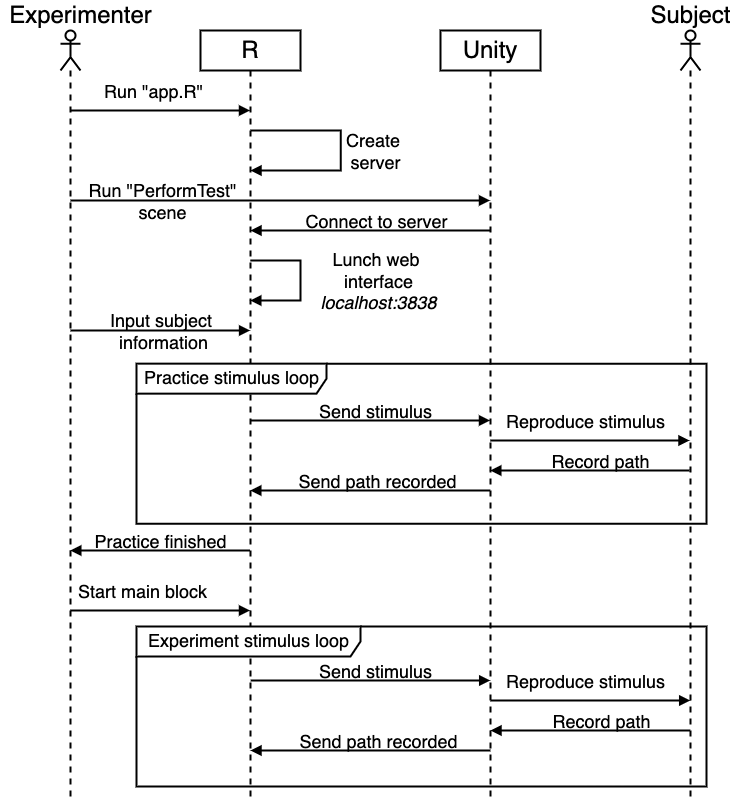
Before: sequence.png, a diagram exported from draw.io (arevaloarboled/VR-experiments). Source tidied: cells renumbered, new cells last; positions are measured from the earlier drawing's top-left corner, leaving out a move shared by most shapes.
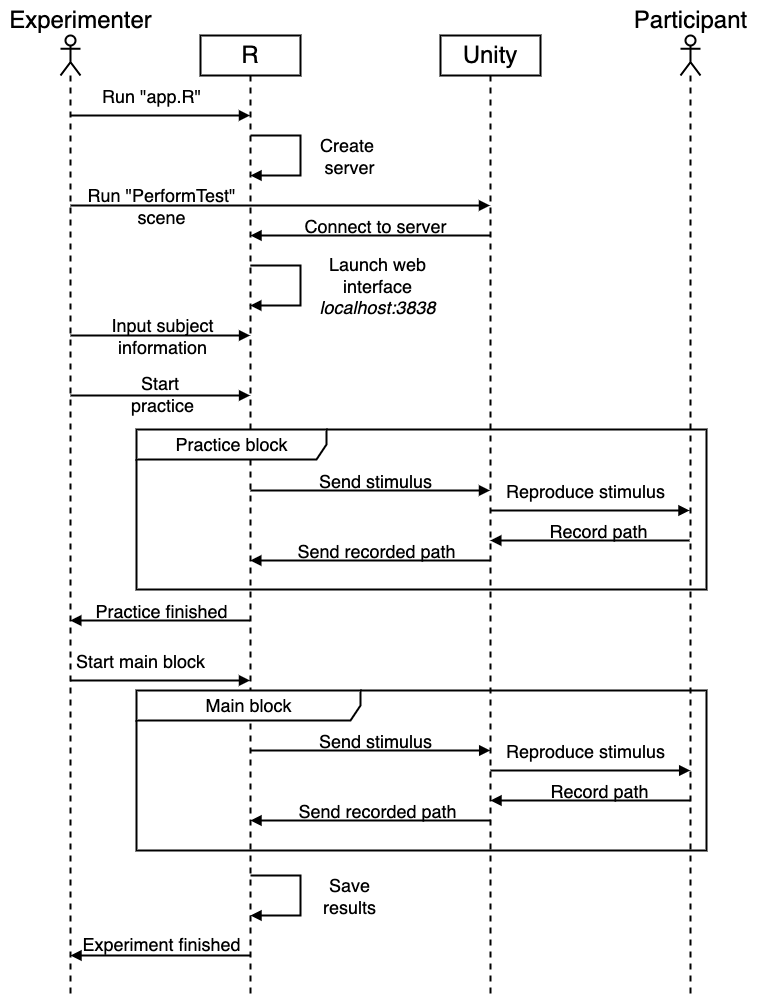
After the change.

The edit, as a diff of the source:
```diff
@@ -3,11 +3,12 @@
     <mxCell id="0" />
     <mxCell id="1" parent="0" />
     <mxCell id="2" value="Unity" style="shape=umlLifeline;perimeter=lifelinePerimeter;whiteSpace=wrap;html=1;fontSize=24;strokeWidth=2;" parent="1" vertex="1">
-      <mxGeometry x="440" y="30" width="100" height="770" as="geometry" />
+      <mxGeometry x="440" y="30" width="100" height="960" as="geometry" />
     </mxCell>
-    <mxCell id="3" style="html=1;verticalAlign=bottom;labelBackgroundColor=none;endArrow=block;endFill=1;rounded=0;fontSize=24;strokeWidth=2;" parent="2" edge="1" source="38">
+    <mxCell id="3" style="html=1;verticalAlign=bottom;labelBackgroundColor=none;endArrow=block;endFill=1;rounded=0;fontSize=24;strokeWidth=2;" parent="2" edge="1">
       <mxGeometry relative="1" as="geometry">
-        <mxPoint x="49.8" y="440" as="targetPoint" />
+        <mxPoint x="249" y="505" as="sourcePoint" />
+        <mxPoint x="49.8" y="505" as="targetPoint" />
       </mxGeometry>
     </mxCell>
     <mxCell id="4" value="Record path" style="edgeLabel;html=1;align=center;verticalAlign=middle;fontSize=18;fontColor=default;labelBackgroundColor=none;" parent="3" vertex="1">
@@ -17,19 +18,19 @@
     </mxCell>
     <mxCell id="5" style="html=1;verticalAlign=bottom;labelBackgroundColor=none;endArrow=block;endFill=1;rounded=0;fontSize=24;strokeWidth=2;" parent="2" edge="1">
       <mxGeometry relative="1" as="geometry">
-        <mxPoint x="49.7" y="460" as="sourcePoint" />
-        <mxPoint x="-190.2" y="460" as="targetPoint" />
+        <mxPoint x="49.7" y="525" as="sourcePoint" />
+        <mxPoint x="-190.2" y="525" as="targetPoint" />
       </mxGeometry>
     </mxCell>
-    <mxCell id="6" value="Send path recorded" style="edgeLabel;html=1;align=center;verticalAlign=middle;fontSize=18;fontColor=default;labelBackgroundColor=none;" parent="5" vertex="1">
+    <mxCell id="6" value="Send recorded path" style="edgeLabel;html=1;align=center;verticalAlign=middle;fontSize=18;fontColor=default;labelBackgroundColor=none;" parent="5" vertex="1">
       <mxGeometry x="-0.44" y="3" relative="1" as="geometry">
         <mxPoint x="-48" y="-13" as="offset" />
       </mxGeometry>
     </mxCell>
     <mxCell id="7" style="html=1;verticalAlign=bottom;labelBackgroundColor=none;endArrow=block;endFill=1;rounded=0;fontSize=24;strokeWidth=2;" parent="2" edge="1">
       <mxGeometry relative="1" as="geometry">
-        <mxPoint x="-190" y="390" as="sourcePoint" />
-        <mxPoint x="49.5" y="390" as="targetPoint" />
+        <mxPoint x="-190" y="455" as="sourcePoint" />
+        <mxPoint x="49.5" y="455" as="targetPoint" />
       </mxGeometry>
     </mxCell>
     <mxCell id="8" value="Send stimulus" style="edgeLabel;html=1;align=center;verticalAlign=middle;fontSize=18;fontColor=default;labelBackgroundColor=none;" parent="7" vertex="1">
@@ -37,9 +38,10 @@
         <mxPoint x="58" y="-7" as="offset" />
       </mxGeometry>
     </mxCell>
-    <mxCell id="9" style="html=1;verticalAlign=bottom;labelBackgroundColor=none;endArrow=block;endFill=1;rounded=0;fontSize=24;strokeWidth=2;" parent="2" edge="1" target="38">
+    <mxCell id="9" style="html=1;verticalAlign=bottom;labelBackgroundColor=none;endArrow=block;endFill=1;rounded=0;fontSize=24;strokeWidth=2;" parent="2" edge="1">
       <mxGeometry relative="1" as="geometry">
-        <mxPoint x="49.8" y="410" as="sourcePoint" />
+        <mxPoint x="49.8" y="475" as="sourcePoint" />
+        <mxPoint x="249" y="475" as="targetPoint" />
       </mxGeometry>
     </mxCell>
     <mxCell id="10" value="Reproduce stimulus" style="edgeLabel;html=1;align=center;verticalAlign=middle;fontSize=18;fontColor=default;labelBackgroundColor=none;" parent="9" vertex="1">
@@ -48,7 +50,7 @@
       </mxGeometry>
     </mxCell>
     <mxCell id="11" value="R" style="shape=umlLifeline;perimeter=lifelinePerimeter;whiteSpace=wrap;html=1;fontSize=24;strokeWidth=2;" parent="1" vertex="1">
-      <mxGeometry x="200" y="30" width="100" height="770" as="geometry" />
+      <mxGeometry x="200" y="30" width="100" height="960" as="geometry" />
     </mxCell>
     <mxCell id="12" style="html=1;verticalAlign=bottom;labelBackgroundColor=none;endArrow=block;endFill=1;rounded=0;fontSize=18;fontColor=default;strokeWidth=2;" parent="11" edge="1">
       <mxGeometry relative="1" as="geometry">
@@ -74,7 +76,7 @@
         </Array>
       </mxGeometry>
     </mxCell>
-    <mxCell id="15" value="Lunch web &lt;br&gt;interface&lt;br&gt;&lt;i&gt;localhost:3838&lt;/i&gt;" style="edgeLabel;html=1;align=center;verticalAlign=middle;fontSize=18;fontColor=default;labelBackgroundColor=none;" parent="14" vertex="1">
+    <mxCell id="15" value="Launch web &lt;br&gt;interface&lt;br&gt;&lt;i&gt;localhost:3838&lt;/i&gt;" style="edgeLabel;html=1;align=center;verticalAlign=middle;fontSize=18;fontColor=default;labelBackgroundColor=none;" parent="14" vertex="1">
       <mxGeometry x="0.36" y="-2" relative="1" as="geometry">
         <mxPoint x="81" y="-18" as="offset" />
       </mxGeometry>
@@ -92,8 +94,8 @@
     </mxCell>
     <mxCell id="18" style="html=1;verticalAlign=bottom;labelBackgroundColor=none;endArrow=block;endFill=1;rounded=0;fontSize=24;strokeWidth=2;" parent="11" edge="1">
       <mxGeometry relative="1" as="geometry">
-        <mxPoint x="49.5" y="520" as="sourcePoint" />
-        <mxPoint x="-130.2" y="520" as="targetPoint" />
+        <mxPoint x="49.5" y="585" as="sourcePoint" />
+        <mxPoint x="-130.2" y="585" as="targetPoint" />
       </mxGeometry>
     </mxCell>
     <mxCell id="19" value="Practice finished" style="edgeLabel;html=1;align=center;verticalAlign=middle;fontSize=18;fontColor=default;labelBackgroundColor=none;" parent="18" vertex="1">
@@ -103,8 +105,8 @@
     </mxCell>
     <mxCell id="20" style="html=1;verticalAlign=bottom;labelBackgroundColor=none;endArrow=block;endFill=1;rounded=0;fontSize=24;strokeWidth=2;" parent="11" edge="1">
       <mxGeometry relative="1" as="geometry">
-        <mxPoint x="489.7" y="700" as="sourcePoint" />
-        <mxPoint x="290" y="700" as="targetPoint" />
+        <mxPoint x="489.7" y="765" as="sourcePoint" />
+        <mxPoint x="290" y="765" as="targetPoint" />
       </mxGeometry>
     </mxCell>
     <mxCell id="21" value="Record path" style="edgeLabel;html=1;align=center;verticalAlign=middle;fontSize=18;fontColor=default;labelBackgroundColor=none;" parent="20" vertex="1">
@@ -114,19 +116,19 @@
     </mxCell>
     <mxCell id="22" style="html=1;verticalAlign=bottom;labelBackgroundColor=none;endArrow=block;endFill=1;rounded=0;fontSize=24;strokeWidth=2;" parent="11" edge="1">
       <mxGeometry relative="1" as="geometry">
-        <mxPoint x="289.9" y="720" as="sourcePoint" />
-        <mxPoint x="50" y="720" as="targetPoint" />
+        <mxPoint x="289.9" y="785" as="sourcePoint" />
+        <mxPoint x="50" y="785" as="targetPoint" />
       </mxGeometry>
     </mxCell>
-    <mxCell id="23" value="Send path recorded" style="edgeLabel;html=1;align=center;verticalAlign=middle;fontSize=18;fontColor=default;labelBackgroundColor=none;" parent="22" vertex="1">
+    <mxCell id="23" value="Send recorded path" style="edgeLabel;html=1;align=center;verticalAlign=middle;fontSize=18;fontColor=default;labelBackgroundColor=none;" parent="22" vertex="1">
       <mxGeometry x="-0.44" y="3" relative="1" as="geometry">
         <mxPoint x="-48" y="-13" as="offset" />
       </mxGeometry>
     </mxCell>
     <mxCell id="24" style="html=1;verticalAlign=bottom;labelBackgroundColor=none;endArrow=block;endFill=1;rounded=0;fontSize=24;strokeWidth=2;" parent="11" edge="1">
       <mxGeometry relative="1" as="geometry">
-        <mxPoint x="50.2" y="650" as="sourcePoint" />
-        <mxPoint x="289.7" y="650" as="targetPoint" />
+        <mxPoint x="50.2" y="715" as="sourcePoint" />
+        <mxPoint x="289.7" y="715" as="targetPoint" />
       </mxGeometry>
     </mxCell>
     <mxCell id="25" value="Send stimulus" style="edgeLabel;html=1;align=center;verticalAlign=middle;fontSize=18;fontColor=default;labelBackgroundColor=none;" parent="24" vertex="1">
@@ -136,8 +138,8 @@
     </mxCell>
     <mxCell id="26" style="html=1;verticalAlign=bottom;labelBackgroundColor=none;endArrow=block;endFill=1;rounded=0;fontSize=24;strokeWidth=2;" parent="11" edge="1">
       <mxGeometry relative="1" as="geometry">
-        <mxPoint x="290" y="670" as="sourcePoint" />
-        <mxPoint x="489.7" y="670" as="targetPoint" />
+        <mxPoint x="290" y="735" as="sourcePoint" />
+        <mxPoint x="489.7" y="735" as="targetPoint" />
       </mxGeometry>
     </mxCell>
     <mxCell id="27" value="Reproduce stimulus" style="edgeLabel;html=1;align=center;verticalAlign=middle;fontSize=18;fontColor=default;labelBackgroundColor=none;" parent="26" vertex="1">
@@ -145,71 +147,108 @@
         <mxPoint x="39" y="-17" as="offset" />
       </mxGeometry>
     </mxCell>
-    <mxCell id="28" style="shape=umlLifeline;participant=umlActor;perimeter=lifelinePerimeter;whiteSpace=wrap;html=1;verticalAlign=top;spacingTop=36;fontSize=24;strokeWidth=2;" parent="1" vertex="1">
-      <mxGeometry x="60" y="30" width="20" height="770" as="geometry" />
+    <mxCell id="28" style="html=1;verticalAlign=bottom;labelBackgroundColor=none;endArrow=block;endFill=1;rounded=0;fontSize=18;fontColor=default;strokeWidth=2;" parent="11" edge="1">
+      <mxGeometry relative="1" as="geometry">
+        <mxPoint x="50" y="840" as="sourcePoint" />
+        <mxPoint x="50" y="880" as="targetPoint" />
+        <Array as="points">
+          <mxPoint x="100" y="840" />
+          <mxPoint x="100" y="880" />
+        </Array>
+      </mxGeometry>
     </mxCell>
-    <mxCell id="29" style="html=1;verticalAlign=bottom;labelBackgroundColor=none;endArrow=block;endFill=1;rounded=0;fontSize=24;strokeWidth=2;" parent="28" edge="1">
-      <mxGeometry relative="1" as="geometry">
-        <mxPoint x="9.8" y="580" as="sourcePoint" />
-        <mxPoint x="189.5" y="580" as="targetPoint" />
+    <mxCell id="29" value="Save&lt;br&gt;results" style="edgeLabel;html=1;align=center;verticalAlign=middle;fontSize=18;fontColor=default;labelBackgroundColor=none;" parent="28" vertex="1">
+      <mxGeometry x="0.36" y="-2" relative="1" as="geometry">
+        <mxPoint x="54" y="-18" as="offset" />
       </mxGeometry>
     </mxCell>
-    <mxCell id="30" value="Start main block" style="edgeLabel;html=1;align=center;verticalAlign=middle;fontSize=18;fontColor=default;labelBackgroundColor=none;" parent="29" vertex="1">
-      <mxGeometry x="-0.44" y="3" relative="1" as="geometry">
-        <mxPoint x="19" y="-17" as="offset" />
+    <mxCell id="30" style="html=1;verticalAlign=bottom;labelBackgroundColor=none;endArrow=block;endFill=1;rounded=0;fontSize=24;strokeWidth=2;" parent="11" edge="1">
+      <mxGeometry relative="1" as="geometry">
+        <mxPoint x="49.7" y="920" as="sourcePoint" />
+        <mxPoint x="-130" y="920" as="targetPoint" />
       </mxGeometry>
     </mxCell>
-    <mxCell id="31" value="Experimenter" style="text;html=1;align=center;verticalAlign=middle;strokeColor=none;fillColor=none;fontSize=24;" parent="1" vertex="1">
-      <mxGeometry width="160" height="30" as="geometry" />
+    <mxCell id="31" value="Experiment finished" style="edgeLabel;html=1;align=center;verticalAlign=middle;fontSize=18;fontColor=default;labelBackgroundColor=none;" parent="30" vertex="1">
+      <mxGeometry x="-0.44" y="3" relative="1" as="geometry">
+        <mxPoint x="-39" y="-15" as="offset" />
+      </mxGeometry>
     </mxCell>
-    <mxCell id="32" style="html=1;verticalAlign=bottom;labelBackgroundColor=none;endArrow=block;endFill=1;rounded=0;fontSize=24;strokeWidth=2;" parent="1" edge="1">
-      <mxGeometry relative="1" as="geometry">
-        <mxPoint x="69.9" y="110" as="sourcePoint" />
-        <mxPoint x="249.5" y="110" as="targetPoint" />
-      </mxGeometry>
+    <mxCell id="32" style="shape=umlLifeline;participant=umlActor;perimeter=lifelinePerimeter;whiteSpace=wrap;html=1;verticalAlign=top;spacingTop=36;fontSize=24;strokeWidth=2;" parent="1" vertex="1">
+      <mxGeometry x="60" y="30" width="20" height="960" as="geometry" />
     </mxCell>
-    <mxCell id="33" value="Run &quot;app.R&quot;" style="edgeLabel;html=1;align=center;verticalAlign=middle;fontSize=18;fontColor=default;labelBackgroundColor=none;" parent="32" vertex="1">
-      <mxGeometry x="-0.44" y="3" relative="1" as="geometry">
-        <mxPoint x="30" y="-17" as="offset" />
+    <mxCell id="33" style="html=1;verticalAlign=bottom;labelBackgroundColor=none;endArrow=block;endFill=1;rounded=0;fontSize=24;strokeWidth=2;" parent="32" edge="1">
+      <mxGeometry relative="1" as="geometry">
+        <mxPoint x="9.8" y="645" as="sourcePoint" />
+        <mxPoint x="189.5" y="645" as="targetPoint" />
       </mxGeometry>
     </mxCell>
-    <mxCell id="34" style="html=1;verticalAlign=bottom;labelBackgroundColor=none;endArrow=block;endFill=1;rounded=0;fontSize=18;fontColor=default;strokeWidth=2;" parent="1" edge="1">
-      <mxGeometry relative="1" as="geometry">
-        <mxPoint x="250" y="130" as="sourcePoint" />
-        <mxPoint x="250" y="170" as="targetPoint" />
-        <Array as="points">
-          <mxPoint x="340.3" y="130" />
-          <mxPoint x="340.3" y="170" />
-        </Array>
+    <mxCell id="34" value="Start main block" style="edgeLabel;html=1;align=center;verticalAlign=middle;fontSize=18;fontColor=default;labelBackgroundColor=none;" parent="33" vertex="1">
+      <mxGeometry x="-0.44" y="3" relative="1" as="geometry">
+        <mxPoint x="19" y="-17" as="offset" />
       </mxGeometry>
     </mxCell>
-    <mxCell id="35" value="Create&amp;nbsp;&lt;br&gt;server" style="edgeLabel;html=1;align=center;verticalAlign=middle;fontSize=18;fontColor=default;labelBackgroundColor=none;" parent="34" vertex="1">
-      <mxGeometry x="0.36" y="-2" relative="1" as="geometry">
-        <mxPoint x="54" y="-18" as="offset" />
-      </mxGeometry>
+    <mxCell id="35" value="Experimenter" style="text;html=1;align=center;verticalAlign=middle;strokeColor=none;fillColor=none;fontSize=24;" parent="1" vertex="1">
+      <mxGeometry width="160" height="30" as="geometry" />
     </mxCell>
     <mxCell id="36" style="html=1;verticalAlign=bottom;labelBackgroundColor=none;endArrow=block;endFill=1;rounded=0;fontSize=24;strokeWidth=2;" parent="1" edge="1">
       <mxGeometry relative="1" as="geometry">
-        <mxPoint x="70" y="200" as="sourcePoint" />
-        <mxPoint x="489.5" y="200" as="targetPoint" />
+        <mxPoint x="69.9" y="110" as="sourcePoint" />
+        <mxPoint x="249.5" y="110" as="targetPoint" />
       </mxGeometry>
     </mxCell>
-    <mxCell id="37" value="Run &quot;PerformTest&quot;&lt;br&gt;scene" style="edgeLabel;html=1;align=center;verticalAlign=middle;fontSize=18;fontColor=default;labelBackgroundColor=none;" parent="36" vertex="1">
+    <mxCell id="37" value="Run &quot;app.R&quot;" style="edgeLabel;html=1;align=center;verticalAlign=middle;fontSize=18;fontColor=default;labelBackgroundColor=none;" parent="36" vertex="1">
       <mxGeometry x="-0.44" y="3" relative="1" as="geometry">
-        <mxPoint x="-27" y="3" as="offset" />
+        <mxPoint x="30" y="-17" as="offset" />
       </mxGeometry>
     </mxCell>
-    <mxCell id="38" style="shape=umlLifeline;participant=umlActor;perimeter=lifelinePerimeter;whiteSpace=wrap;html=1;verticalAlign=top;spacingTop=36;outlineConnect=0;fontSize=24;strokeWidth=2;" parent="1" vertex="1">
-      <mxGeometry x="680" y="30" width="20" height="770" as="geometry" />
+    <mxCell id="38" style="html=1;verticalAlign=bottom;labelBackgroundColor=none;endArrow=block;endFill=1;rounded=0;fontSize=18;fontColor=default;strokeWidth=2;" parent="1" edge="1">
+      <mxGeometry relative="1" as="geometry">
+        <mxPoint x="250" y="130" as="sourcePoint" />
+        <mxPoint x="250" y="170" as="targetPoint" />
+        <Array as="points">
+          <mxPoint x="300" y="130" />
+          <mxPoint x="300" y="170" />
+        </Array>
+      </mxGeometry>
     </mxCell>
-    <mxCell id="39" value="Subject" style="text;html=1;align=center;verticalAlign=middle;strokeColor=none;fillColor=none;fontSize=24;" parent="1" vertex="1">
-      <mxGeometry x="640" width="100" height="30" as="geometry" />
+    <mxCell id="39" value="Create&amp;nbsp;&lt;br&gt;server" style="edgeLabel;html=1;align=center;verticalAlign=middle;fontSize=18;fontColor=default;labelBackgroundColor=none;" parent="38" vertex="1">
+      <mxGeometry x="0.36" y="-2" relative="1" as="geometry">
+        <mxPoint x="54" y="-18" as="offset" />
+      </mxGeometry>
     </mxCell>
-    <mxCell id="40" value="Practice stimulus loop" style="shape=umlFrame;tabPosition=left;html=1;boundedLbl=1;labelInHeader=1;width=190;height=30;labelBackgroundColor=none;fontSize=18;fontColor=default;strokeWidth=2;" parent="1" vertex="1">
-      <mxGeometry x="136" y="363.2" width="570" height="160" as="geometry" />
+    <mxCell id="40" style="html=1;verticalAlign=bottom;labelBackgroundColor=none;endArrow=block;endFill=1;rounded=0;fontSize=24;strokeWidth=2;" parent="1" edge="1">
+      <mxGeometry relative="1" as="geometry">
+        <mxPoint x="70" y="200" as="sourcePoint" />
+        <mxPoint x="489.5" y="200" as="targetPoint" />
+      </mxGeometry>
     </mxCell>
-    <mxCell id="41" value="Experiment stimulus loop" style="shape=umlFrame;tabPosition=left;html=1;boundedLbl=1;labelInHeader=1;width=224;height=30;labelBackgroundColor=none;fontSize=18;fontColor=default;strokeWidth=2;" parent="1" vertex="1">
-      <mxGeometry x="136" y="626" width="570" height="160" as="geometry" />
+    <mxCell id="41" value="Run &quot;PerformTest&quot;&lt;br&gt;scene" style="edgeLabel;html=1;align=center;verticalAlign=middle;fontSize=18;fontColor=default;labelBackgroundColor=none;" parent="40" vertex="1">
+      <mxGeometry x="-0.44" y="3" relative="1" as="geometry">
+        <mxPoint x="-27" y="3" as="offset" />
+      </mxGeometry>
     </mxCell>
+    <mxCell id="42" style="shape=umlLifeline;participant=umlActor;perimeter=lifelinePerimeter;whiteSpace=wrap;html=1;verticalAlign=top;spacingTop=36;fontSize=24;strokeWidth=2;" parent="1" vertex="1">
+      <mxGeometry x="680" y="30" width="20" height="960" as="geometry" />
+    </mxCell>
+    <mxCell id="43" value="Participant" style="text;html=1;align=center;verticalAlign=middle;strokeColor=none;fillColor=none;fontSize=24;" parent="1" vertex="1">
+      <mxGeometry x="620" y="-5" width="140" height="40" as="geometry" />
+    </mxCell>
+    <mxCell id="44" value="Practice block" style="shape=umlFrame;tabPosition=left;html=1;boundedLbl=1;labelInHeader=1;width=190;height=30;labelBackgroundColor=none;fontSize=18;fontColor=default;strokeWidth=2;" parent="1" vertex="1">
+      <mxGeometry x="136" y="424" width="570" height="160" as="geometry" />
+    </mxCell>
+    <mxCell id="45" value="Main block" style="shape=umlFrame;tabPosition=left;html=1;boundedLbl=1;labelInHeader=1;width=224;height=30;labelBackgroundColor=none;fontSize=18;fontColor=default;strokeWidth=2;" parent="1" vertex="1">
+      <mxGeometry x="136" y="685" width="570" height="160" as="geometry" />
+    </mxCell>
+    <mxCell id="46" style="html=1;verticalAlign=bottom;labelBackgroundColor=none;endArrow=block;endFill=1;rounded=0;fontSize=24;strokeWidth=2;" parent="1" edge="1">
+      <mxGeometry relative="1" as="geometry">
+        <mxPoint x="70" y="390" as="sourcePoint" />
+        <mxPoint x="249.6" y="390" as="targetPoint" />
+      </mxGeometry>
+    </mxCell>
+    <mxCell id="47" value="Start&amp;nbsp;&lt;br&gt;practice" style="edgeLabel;html=1;align=center;verticalAlign=middle;fontSize=18;fontColor=default;labelBackgroundColor=none;" parent="46" vertex="1">
+      <mxGeometry x="-0.44" y="3" relative="1" as="geometry">
+        <mxPoint x="40" y="1" as="offset" />
+      </mxGeometry>
+    </mxCell>
   </root>
 </mxGraphModel>
```
